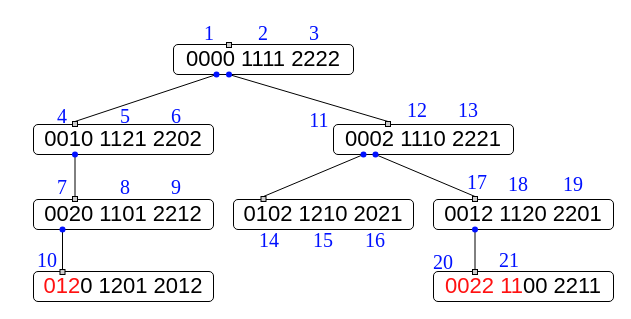
Earlier version of the draw.io diagram Trees/CCRtrees/Ternary/CCR2/TernaryCCR2.4.drawio (Al-ttaeeA/research). Source tidied: cells renumbered, new cells numbered last; positions are measured from the earlier drawing's top-left corner, leaving out a move shared by most shapes. Both pictures are drawn from the tidied source at 100%, with x=0, y=0 at pixel (17, 17).
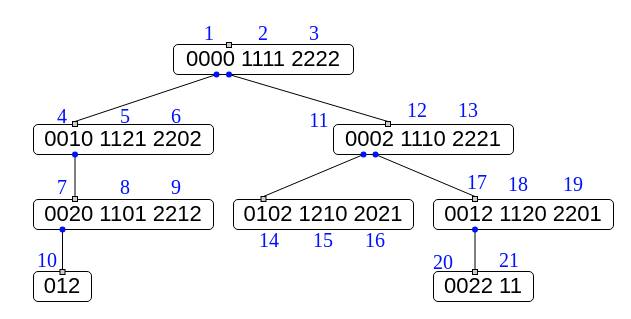
The same page after the edit.

What changed in the source:
```diff
@@
-    <mxCell id="7" value="&lt;font style=&quot;font-size: 22px;&quot;&gt;&lt;font style=&quot;color: rgb(255, 17, 17);&quot;&gt;012&lt;/font&gt;0 1201 2012&lt;/font&gt;" style="rounded=1;whiteSpace=wrap;html=1;" parent="1" vertex="1">
-      <mxGeometry x="16" y="254" width="180" height="30" as="geometry" />
+    <mxCell id="7" value="&lt;font style=&quot;font-size: 22px;&quot;&gt;&lt;font style=&quot;color: rgb(0, 0, 0);&quot;&gt;012&lt;/font&gt;&lt;/font&gt;" style="rounded=1;whiteSpace=wrap;html=1;" parent="1" vertex="1">
+      <mxGeometry x="16" y="254" width="58" height="30" as="geometry" />
     </mxCell>
@@
-    <mxCell id="13" value="&lt;font style=&quot;font-size: 22px;&quot;&gt;&lt;font style=&quot;color: rgb(255, 17, 17);&quot;&gt;0022 11&lt;/font&gt;00 2211&lt;/font&gt;" style="rounded=1;whiteSpace=wrap;html=1;" parent="1" vertex="1">
-      <mxGeometry x="416" y="254" width="180" height="30" as="geometry" />
+    <mxCell id="13" value="&lt;font style=&quot;font-size: 22px;&quot;&gt;&lt;font style=&quot;color: rgb(0, 0, 0);&quot;&gt;0022 11&lt;/font&gt;&lt;/font&gt;" style="rounded=1;whiteSpace=wrap;html=1;" parent="1" vertex="1">
+      <mxGeometry x="416" y="254" width="100" height="30" as="geometry" />
     </mxCell>
```
